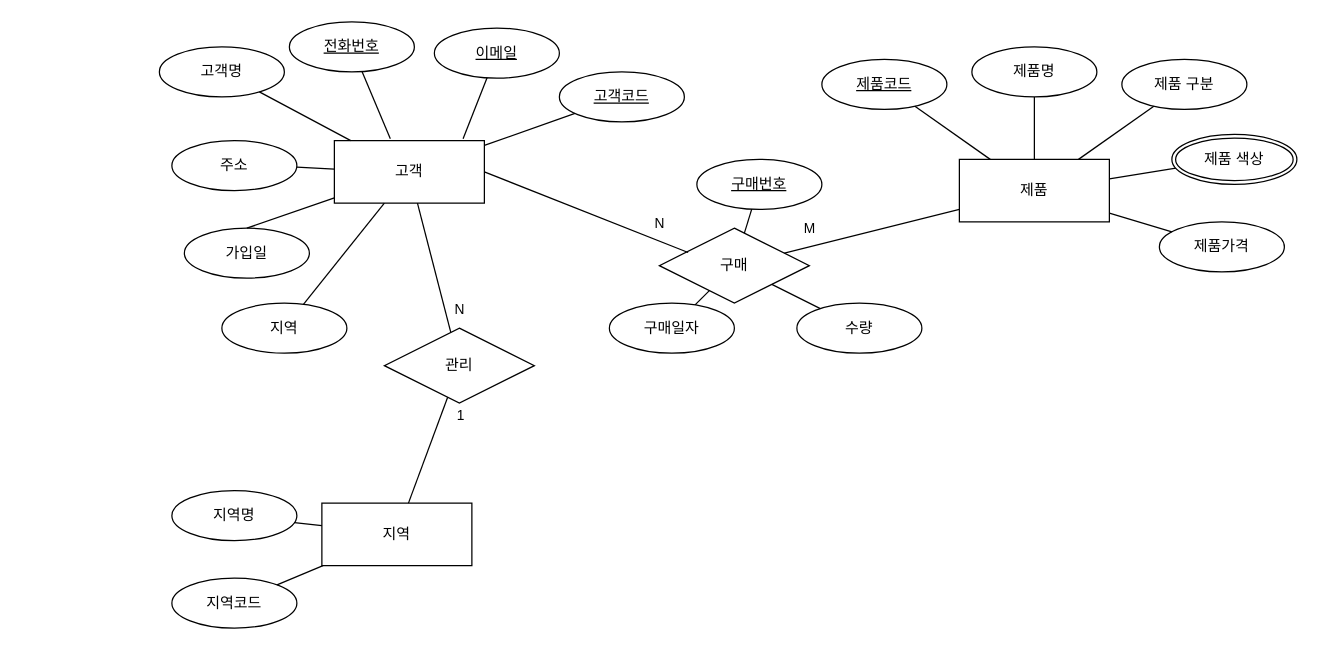
cone915/erd keeps this draw.io diagram as page "페이지-1" (1 of 2) of 제목 없는 다이어그램.drawio. Above is the earlier version. Source tidied: cells renumbered, new cells numbered last; positions are measured from the earlier drawing's top-left corner, leaving out a move shared by most shapes. Both pictures are drawn from the tidied source at 125%, with x=0, y=0 at pixel (159, 21).
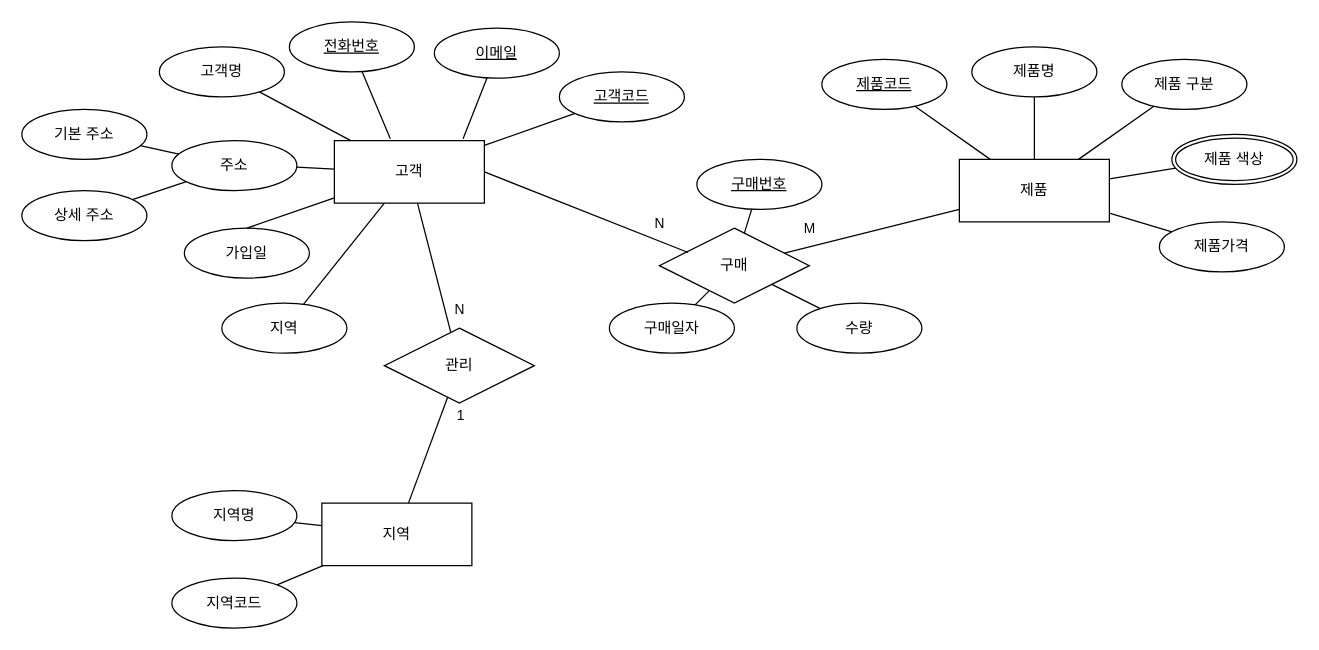
Above is the later version.

Commit message:
제목 없는 다이어그램.drawio 업데이트

Unchanged cells that the change refers to:
```xml
<mxCell id="8" value="주소" style="ellipse;whiteSpace=wrap;html=1;align=center;" parent="1" vertex="1">
  <mxGeometry x="10" y="95" width="100" height="40" as="geometry" />
</mxCell>
```

The edit, as a diff of the source:
```diff
@@
+    <mxCell id="50" value="상세 주소" style="ellipse;whiteSpace=wrap;html=1;align=center;" parent="1" vertex="1">
+      <mxGeometry x="-110" y="135" width="100" height="40" as="geometry" />
+    </mxCell>
+    <mxCell id="51" value="기본 주소" style="ellipse;whiteSpace=wrap;html=1;align=center;" parent="1" vertex="1">
+      <mxGeometry x="-110" y="70" width="100" height="40" as="geometry" />
+    </mxCell>
+    <mxCell id="52" style="endArrow=none;html=1;rounded=0;" parent="1" edge="1" source="51" target="8">
+      <mxGeometry relative="1" as="geometry" />
+    </mxCell>
+    <mxCell id="53" style="endArrow=none;html=1;rounded=0;" parent="1" edge="1" source="50" target="8">
+      <mxGeometry relative="1" as="geometry" />
+    </mxCell>
```
